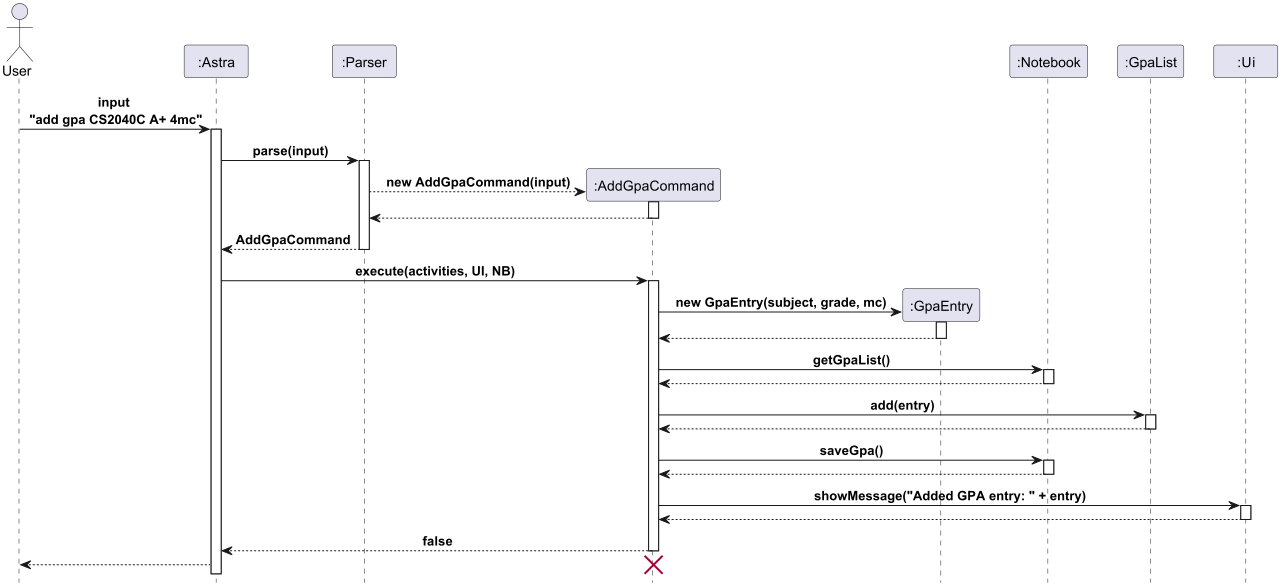
Earlier version of the PlantUML export docs/images/AddGPAEntry.png (Kennahh/tp). Its source is kept beside it as docs/diagrams/AddGPAEntry.puml.
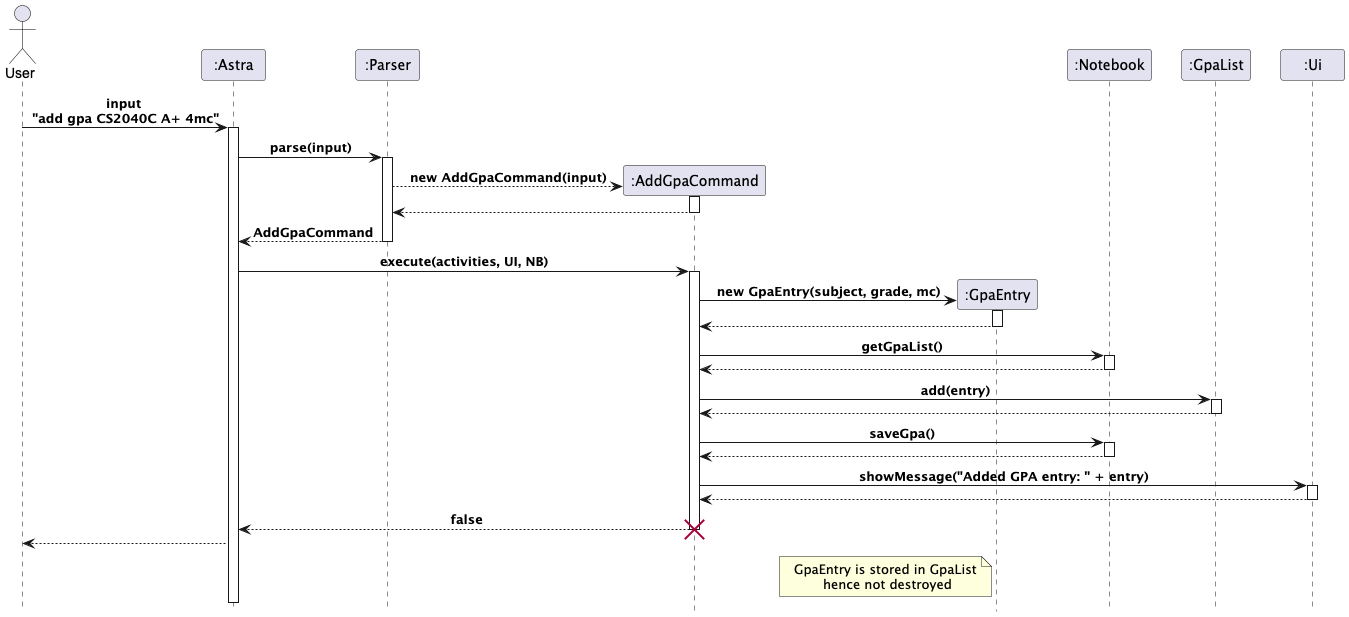
Later version of the same file.

The edit, as a diff of the source:
```diff
@@ -60,6 +60,8 @@
 
 C --> Astra: false
 deactivate C
+destroy C
 Astra --> User
-destroy C
+
+note left GpaEntry: GpaEntry is stored in GpaList\n hence not destroyed
 @enduml
```
